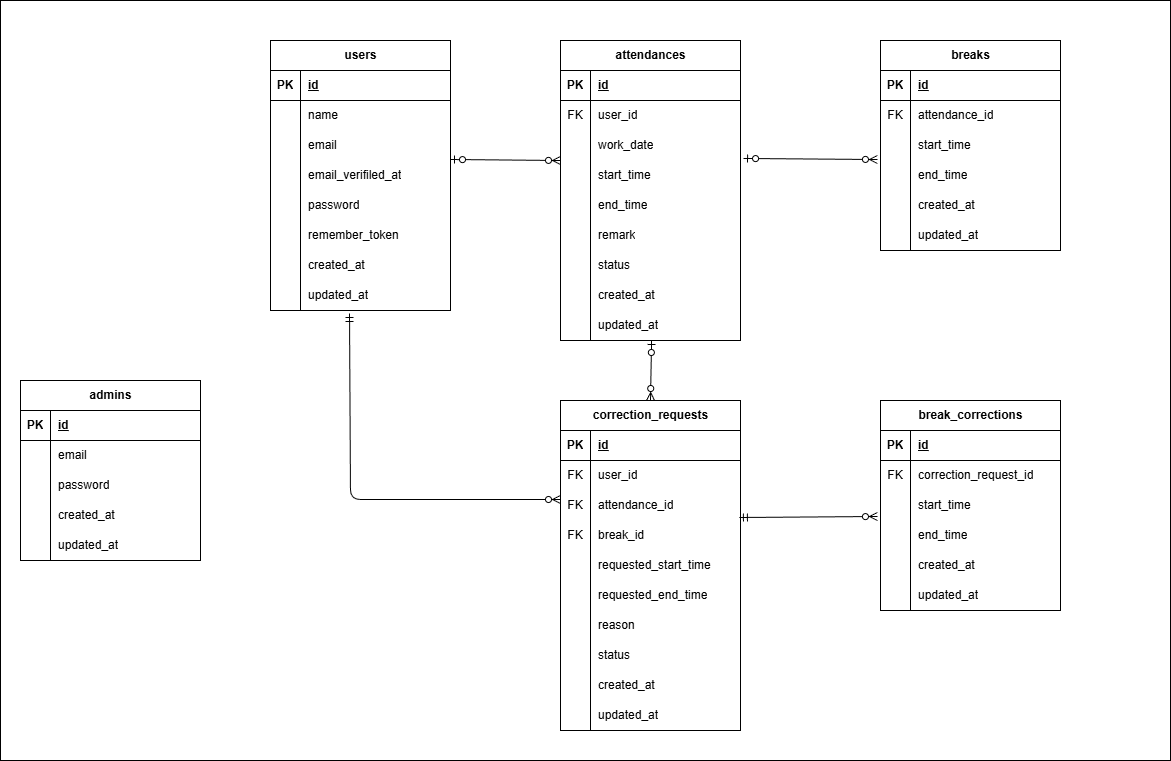
Before: AttendanceManagement.png, a diagram exported from draw.io (Zoe0327/AttendanceManagement). Source tidied: cells renumbered, new cells last; positions are measured from the earlier drawing's top-left corner, leaving out a move shared by most shapes.
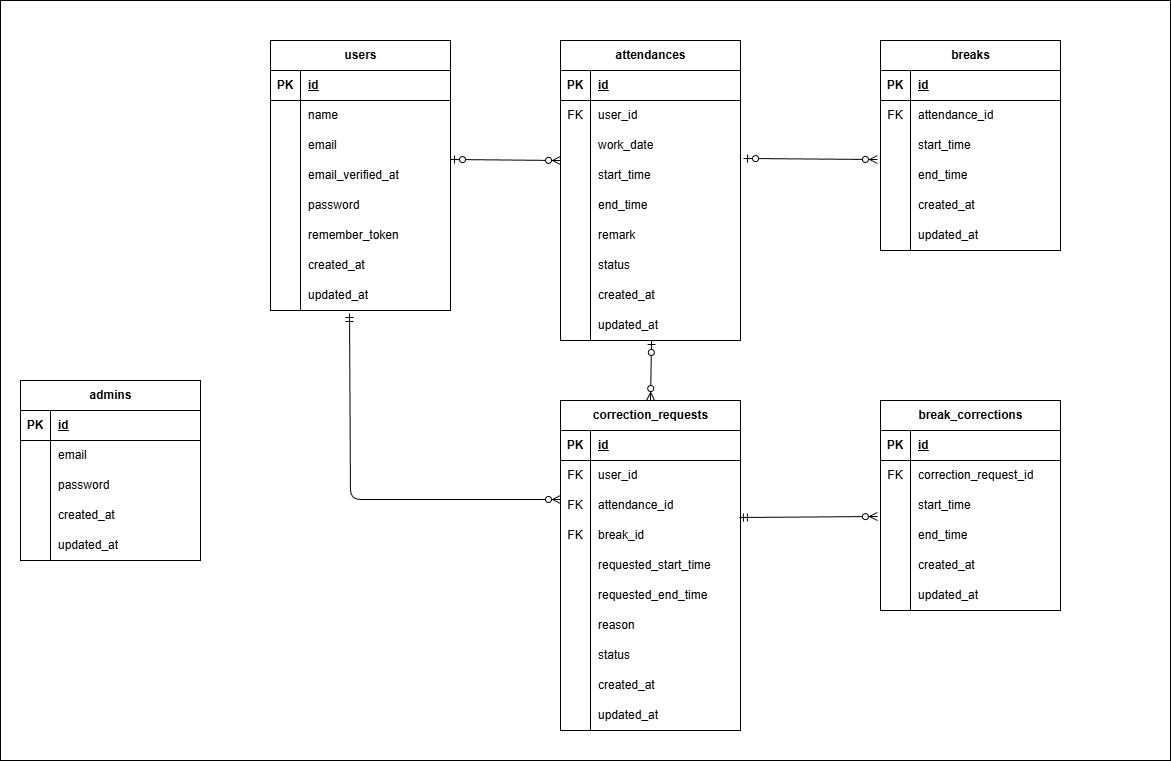
Later version of the same file.

The edit, as a diff of the source:
```diff
@@ -41,7 +41,7 @@
     <mxCell id="14" style="shape=partialRectangle;fillColor=none;top=0;left=0;bottom=0;right=0;overflow=hidden;whiteSpace=wrap;html=1;" parent="13" vertex="1">
       <mxGeometry width="30" height="30" as="geometry" />
     </mxCell>
-    <mxCell id="15" value="&lt;span style=&quot;color: rgb(0, 0, 0);&quot;&gt;email_verifiled_at&lt;/span&gt;" style="shape=partialRectangle;fillColor=none;top=0;left=0;bottom=0;right=0;align=left;spacingLeft=6;overflow=hidden;whiteSpace=wrap;html=1;" parent="13" vertex="1">
+    <mxCell id="15" value="&lt;span style=&quot;color: rgb(0, 0, 0);&quot;&gt;email_verified_at&lt;/span&gt;" style="shape=partialRectangle;fillColor=none;top=0;left=0;bottom=0;right=0;align=left;spacingLeft=6;overflow=hidden;whiteSpace=wrap;html=1;" parent="13" vertex="1">
       <mxGeometry x="30" width="150" height="30" as="geometry" />
     </mxCell>
     <mxCell id="16" style="shape=tableRow;horizontal=0;startSize=0;swimlaneHead=0;swimlaneBody=0;fillColor=none;top=0;left=0;right=0;bottom=0;" parent="3" vertex="1">
```
